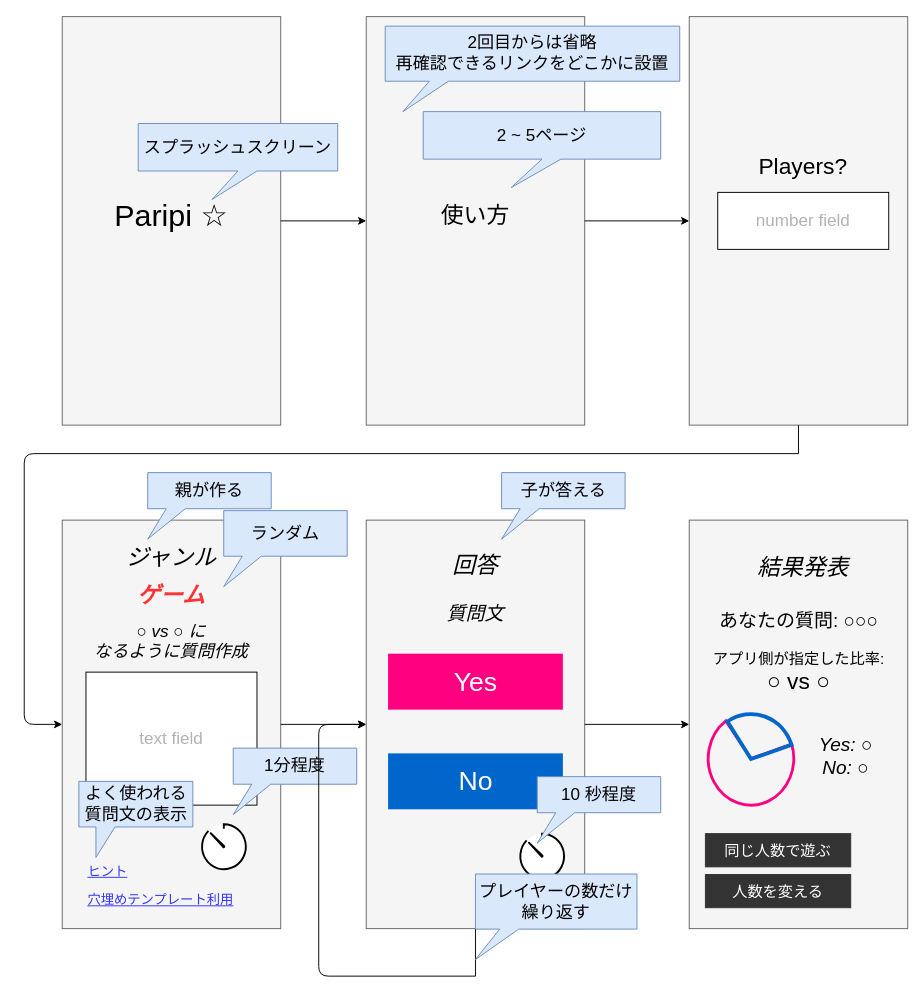
Earlier version of the draw.io diagram documentations/wireframe/partytion-mock.drawio (naruhiyo/partytion). Source tidied: cells renumbered, new cells numbered last; positions are measured from the earlier drawing's top-left corner, leaving out a move shared by most shapes. Both pictures are drawn from the tidied source at 95%, with x=0, y=0 at pixel (5, 16).
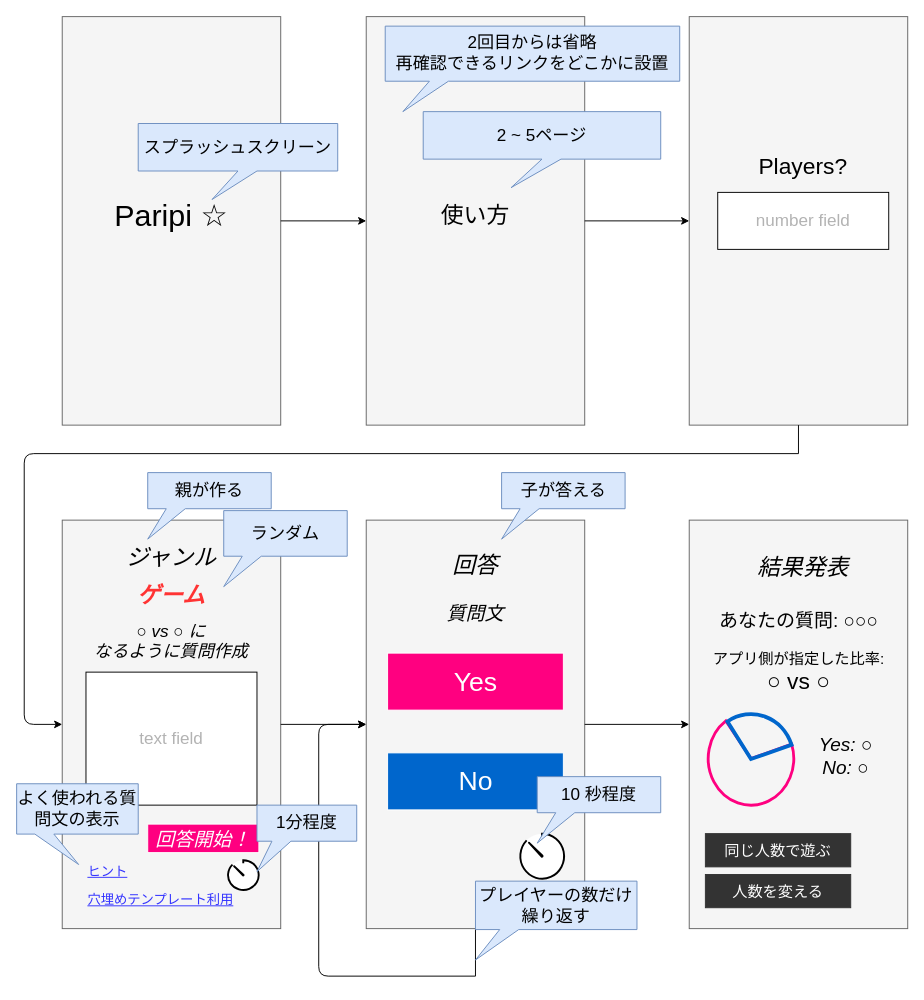
After the change.

Commit message:
Add game start button

The edit, as a diff of the source:
```diff
@@
     <mxCell id="22" style="html=1;verticalLabelPosition=bottom;align=center;labelBackgroundColor=#000000;verticalAlign=top;strokeWidth=2;strokeColor=#000000;fillColor=#ffffff;shadow=0;dashed=0;shape=mxgraph.ios7.icons.gauge;fontColor=#000000;" parent="1" vertex="1">
-      <mxGeometry x="205" y="850" width="50" height="50" as="geometry" />
+      <mxGeometry x="233" y="888" width="35" height="33" as="geometry" />
     </mxCell>
@@
-    <mxCell id="26" value="&lt;span style=&quot;font-size: 18px&quot;&gt;1分程度&lt;/span&gt;" style="shape=callout;whiteSpace=wrap;html=1;perimeter=calloutPerimeter;position2=0;fillColor=#dae8fc;strokeColor=#6c8ebf;size=32;position=0.15;" parent="1" vertex="1">
-      <mxGeometry x="240" y="770" width="130" height="70" as="geometry" />
-    </mxCell>
@@
     <mxCell id="42" value="&lt;span style=&quot;font-size: 18px&quot;&gt;プレイヤーの数だけ繰り返す&lt;/span&gt;" style="shape=callout;whiteSpace=wrap;html=1;perimeter=calloutPerimeter;position2=0;fillColor=#dae8fc;strokeColor=#6c8ebf;size=32;position=0.15;" parent="1" vertex="1">
-      <mxGeometry x="495" y="902.5" width="170" height="90" as="geometry" />
+      <mxGeometry x="495" y="910" width="170" height="83" as="geometry" />
     </mxCell>
-    <mxCell id="43" value="&lt;span style=&quot;font-size: 18px&quot;&gt;よく使われる質問文の表示&lt;/span&gt;" style="shape=callout;whiteSpace=wrap;html=1;perimeter=calloutPerimeter;position2=0.15;fillColor=#dae8fc;strokeColor=#6c8ebf;size=32;position=0.15;" parent="1" vertex="1">
-      <mxGeometry x="77.5" y="805" width="120" height="80" as="geometry" />
+    <mxCell id="43" value="&lt;span style=&quot;font-size: 18px&quot;&gt;よく使われる質問文の表示&lt;/span&gt;" style="shape=callout;whiteSpace=wrap;html=1;perimeter=calloutPerimeter;position2=0.51;fillColor=#dae8fc;strokeColor=#6c8ebf;size=32;position=0.15;" parent="1" vertex="1">
+      <mxGeometry x="12" y="807.5" width="128" height="85" as="geometry" />
     </mxCell>
@@
+    <mxCell id="51" value="回答開始！" style="rounded=0;whiteSpace=wrap;html=1;labelBackgroundColor=none;strokeColor=#FFFFFF;fontColor=#FFFFFF;align=center;fillColor=#FF0080;labelBorderColor=none;fontSize=20;fontStyle=2;" parent="1" vertex="1">
+      <mxGeometry x="150" y="850" width="117" height="30" as="geometry" />
+    </mxCell>
+    <mxCell id="26" value="&lt;span style=&quot;font-size: 18px&quot;&gt;1分程度&lt;/span&gt;" style="shape=callout;whiteSpace=wrap;html=1;perimeter=calloutPerimeter;position2=0;fillColor=#dae8fc;strokeColor=#6c8ebf;size=32;position=0.15;" parent="1" vertex="1">
+      <mxGeometry x="265" y="830" width="105" height="70" as="geometry" />
+    </mxCell>
```
